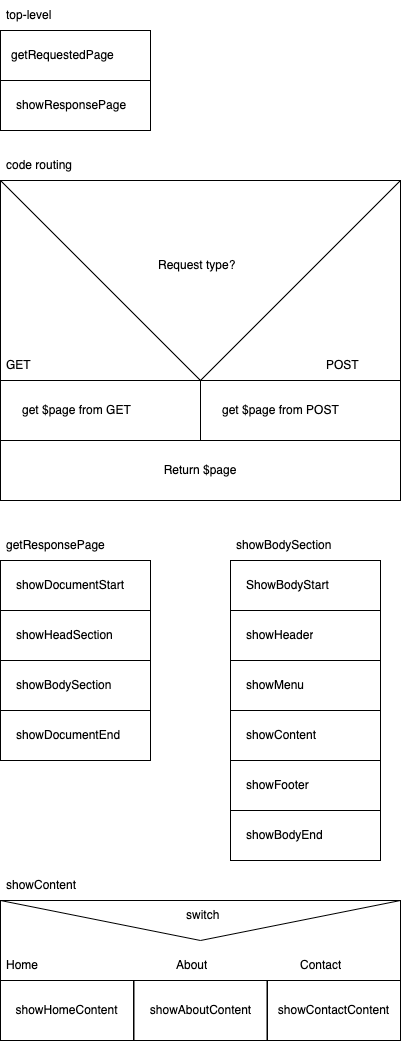
The draw.io diagram Diagrams/code_routing.drawio.png in JeroenHeemskerk/educom-webshop-basis-1688463739, before a commit. Source tidied: cells renumbered, new cells last; positions are measured from the earlier drawing's top-left corner, leaving out a move shared by most shapes.
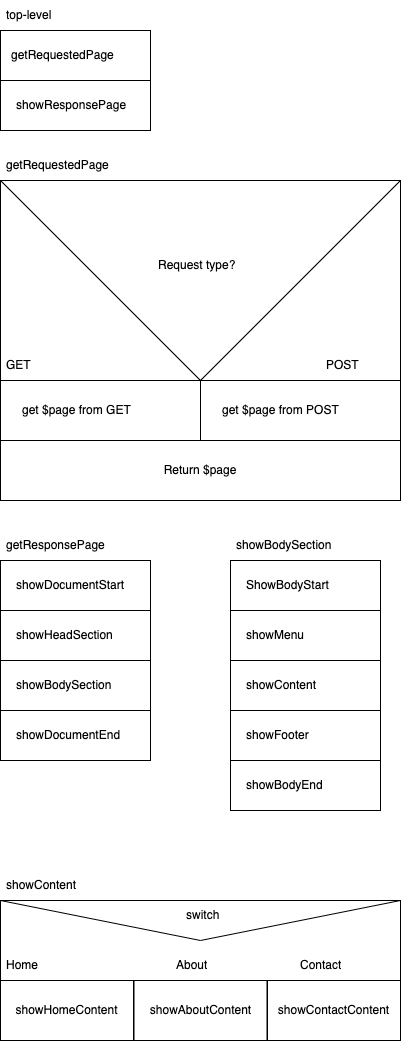
The same diagram one commit later.

Commit message:
Started restructuring CONTACT code. (#7)

Change to the diagram source:
```diff
@@ -11,35 +11,29 @@
     <mxCell id="4" value="ShowBodyStart" style="text;strokeColor=none;fillColor=none;align=left;verticalAlign=middle;spacingLeft=4;spacingRight=4;overflow=hidden;whiteSpace=wrap;html=1;" parent="2" vertex="1">
       <mxGeometry x="10" y="40" width="130" height="30" as="geometry" />
     </mxCell>
-    <mxCell id="5" style="rounded=0;whiteSpace=wrap;html=1;" parent="2" vertex="1">
-      <mxGeometry y="80" width="150" height="50" as="geometry" />
-    </mxCell>
-    <mxCell id="6" value="showHeader" style="text;strokeColor=none;fillColor=none;align=left;verticalAlign=middle;spacingLeft=4;spacingRight=4;overflow=hidden;whiteSpace=wrap;html=1;" parent="2" vertex="1">
-      <mxGeometry x="10" y="90" width="130" height="30" as="geometry" />
-    </mxCell>
     <mxCell id="7" style="rounded=0;whiteSpace=wrap;html=1;" parent="2" vertex="1">
-      <mxGeometry y="130" width="150" height="50" as="geometry" />
+      <mxGeometry y="80" width="150" height="50" as="geometry" />
     </mxCell>
     <mxCell id="8" value="showMenu" style="text;strokeColor=none;fillColor=none;align=left;verticalAlign=middle;spacingLeft=4;spacingRight=4;overflow=hidden;whiteSpace=wrap;html=1;" parent="2" vertex="1">
-      <mxGeometry x="10" y="140" width="130" height="30" as="geometry" />
+      <mxGeometry x="10" y="90" width="130" height="30" as="geometry" />
     </mxCell>
     <mxCell id="9" style="rounded=0;whiteSpace=wrap;html=1;" parent="2" vertex="1">
-      <mxGeometry y="180" width="150" height="50" as="geometry" />
+      <mxGeometry y="130" width="150" height="50" as="geometry" />
     </mxCell>
     <mxCell id="10" value="showContent" style="text;strokeColor=none;fillColor=none;align=left;verticalAlign=middle;spacingLeft=4;spacingRight=4;overflow=hidden;whiteSpace=wrap;html=1;" parent="2" vertex="1">
-      <mxGeometry x="10" y="190" width="130" height="30" as="geometry" />
+      <mxGeometry x="10" y="140" width="130" height="30" as="geometry" />
     </mxCell>
     <mxCell id="11" style="rounded=0;whiteSpace=wrap;html=1;" parent="2" vertex="1">
-      <mxGeometry y="230" width="150" height="50" as="geometry" />
+      <mxGeometry y="180" width="150" height="50" as="geometry" />
     </mxCell>
     <mxCell id="12" value="showFooter" style="text;strokeColor=none;fillColor=none;align=left;verticalAlign=middle;spacingLeft=4;spacingRight=4;overflow=hidden;whiteSpace=wrap;html=1;" parent="2" vertex="1">
-      <mxGeometry x="10" y="240" width="130" height="30" as="geometry" />
+      <mxGeometry x="10" y="190" width="130" height="30" as="geometry" />
     </mxCell>
     <mxCell id="13" style="rounded=0;whiteSpace=wrap;html=1;" parent="2" vertex="1">
-      <mxGeometry y="280" width="150" height="50" as="geometry" />
+      <mxGeometry y="230" width="150" height="50" as="geometry" />
     </mxCell>
     <mxCell id="14" value="showBodyEnd" style="text;strokeColor=none;fillColor=none;align=left;verticalAlign=middle;spacingLeft=4;spacingRight=4;overflow=hidden;whiteSpace=wrap;html=1;" parent="2" vertex="1">
-      <mxGeometry x="10" y="290" width="130" height="30" as="geometry" />
+      <mxGeometry x="10" y="240" width="130" height="30" as="geometry" />
     </mxCell>
     <mxCell id="15" value="showBodySection" style="text;strokeColor=none;fillColor=none;align=left;verticalAlign=middle;spacingLeft=4;spacingRight=4;overflow=hidden;whiteSpace=wrap;html=1;" parent="2" vertex="1">
       <mxGeometry width="130" height="30" as="geometry" />
@@ -110,8 +104,8 @@
     <mxCell id="37" value="Request type?" style="text;strokeColor=none;fillColor=none;align=left;verticalAlign=middle;spacingLeft=4;spacingRight=4;overflow=hidden;whiteSpace=wrap;html=1;" parent="27" vertex="1">
       <mxGeometry x="152" y="70" width="96" height="30" as="geometry" />
     </mxCell>
-    <mxCell id="38" value="code routing" style="text;strokeColor=none;fillColor=none;align=left;verticalAlign=middle;spacingLeft=4;spacingRight=4;overflow=hidden;whiteSpace=wrap;html=1;" parent="26" vertex="1">
-      <mxGeometry width="80" height="30" as="geometry" />
+    <mxCell id="38" value="getRequestedPage" style="text;strokeColor=none;fillColor=none;align=left;verticalAlign=middle;spacingLeft=4;spacingRight=4;overflow=hidden;whiteSpace=wrap;html=1;" parent="26" vertex="1">
+      <mxGeometry width="130" height="30" as="geometry" />
     </mxCell>
     <mxCell id="39" style="rounded=0;whiteSpace=wrap;html=1;" parent="1" vertex="1">
       <mxGeometry y="80" width="150" height="50" as="geometry" />
```
